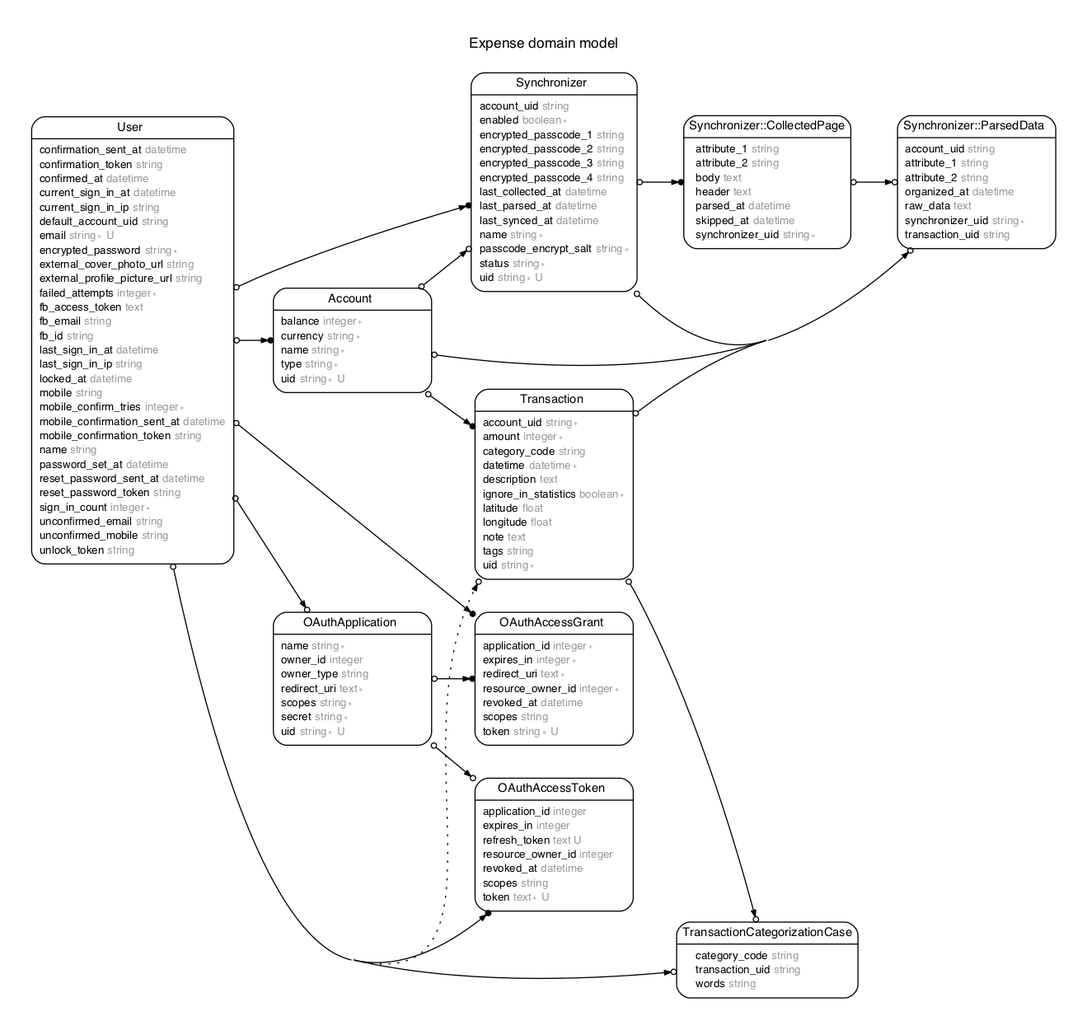
The Graphviz diagram erd.png in expenture/Expense, before a commit. Its source is kept beside it as erd.dot.
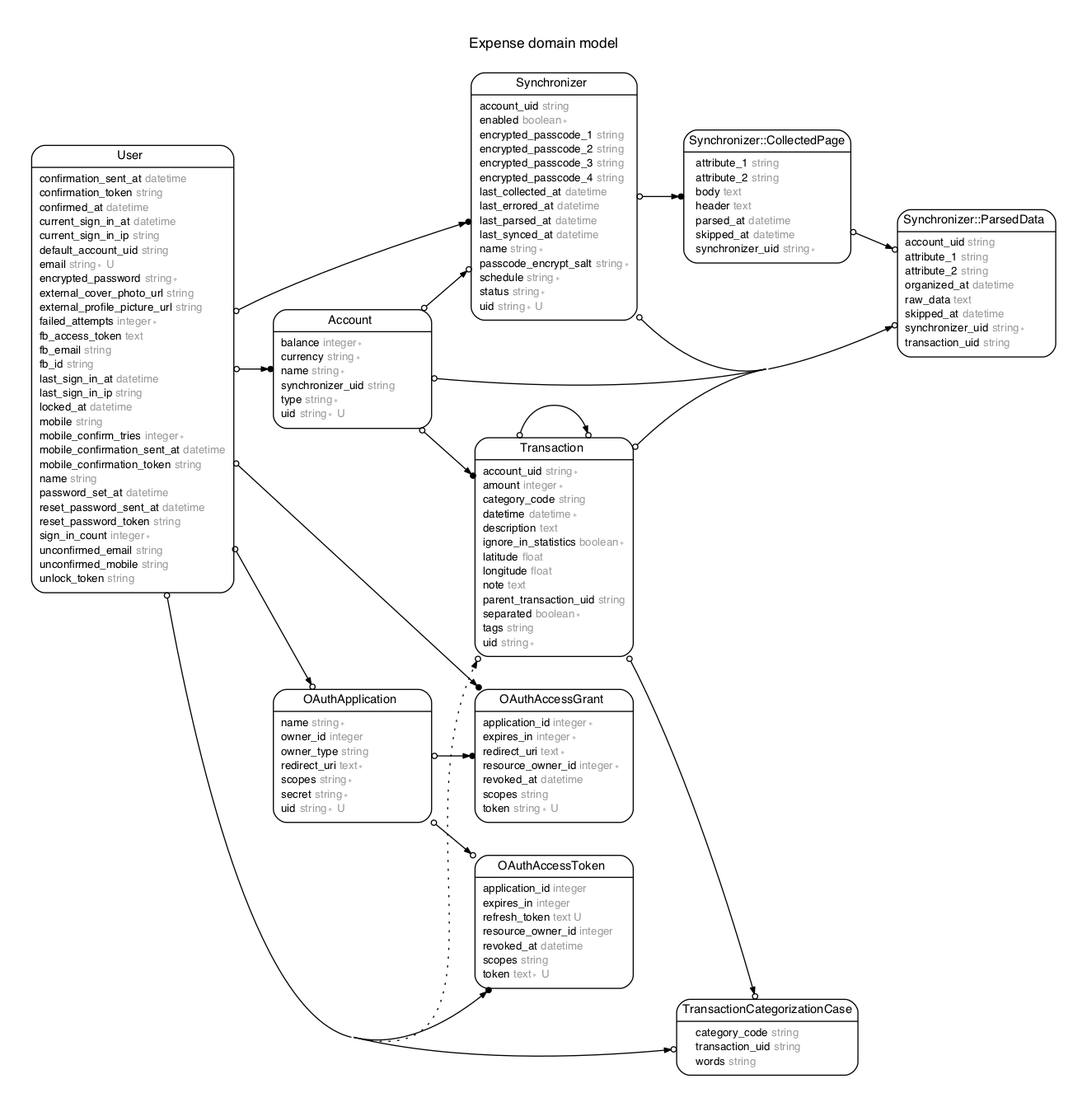
The same diagram one commit later.

The edit, as a diff of the source:
```diff
@@ -19,6 +19,7 @@
   <tr><td align="left" width="130" port="balance">balance <font face="Arial ItalicMT" color="grey60">integer ∗</font></td></tr>
   <tr><td align="left" width="130" port="currency">currency <font face="Arial ItalicMT" color="grey60">string ∗</font></td></tr>
   <tr><td align="left" width="130" port="name">name <font face="Arial ItalicMT" color="grey60">string ∗</font></td></tr>
+  <tr><td align="left" width="130" port="synchronizer_uid">synchronizer_uid <font face="Arial ItalicMT" color="grey60">string</font></td></tr>
   <tr><td align="left" width="130" port="type">type <font face="Arial ItalicMT" color="grey60">string ∗</font></td></tr>
   <tr><td align="left" width="130" port="uid">uid <font face="Arial ItalicMT" color="grey60">string ∗ U</font></td></tr>
 </table>
@@ -77,10 +78,12 @@
   <tr><td align="left" width="130" port="encrypted_passcode_3">encrypted_passcode_3 <font face="Arial ItalicMT" color="grey60">string</font></td></tr>
   <tr><td align="left" width="130" port="encrypted_passcode_4">encrypted_passcode_4 <font face="Arial ItalicMT" color="grey60">string</font></td></tr>
   <tr><td align="left" width="130" port="last_collected_at">last_collected_at <font face="Arial ItalicMT" color="grey60">datetime</font></td></tr>
+  <tr><td align="left" width="130" port="last_errored_at">last_errored_at <font face="Arial ItalicMT" color="grey60">datetime</font></td></tr>
   <tr><td align="left" width="130" port="last_parsed_at">last_parsed_at <font face="Arial ItalicMT" color="grey60">datetime</font></td></tr>
   <tr><td align="left" width="130" port="last_synced_at">last_synced_at <font face="Arial ItalicMT" color="grey60">datetime</font></td></tr>
   <tr><td align="left" width="130" port="name">name <font face="Arial ItalicMT" color="grey60">string ∗</font></td></tr>
   <tr><td align="left" width="130" port="passcode_encrypt_salt">passcode_encrypt_salt <font face="Arial ItalicMT" color="grey60">string ∗</font></td></tr>
+  <tr><td align="left" width="130" port="schedule">schedule <font face="Arial ItalicMT" color="grey60">string ∗</font></td></tr>
   <tr><td align="left" width="130" port="status">status <font face="Arial ItalicMT" color="grey60">string ∗</font></td></tr>
   <tr><td align="left" width="130" port="uid">uid <font face="Arial ItalicMT" color="grey60">string ∗ U</font></td></tr>
 </table>
@@ -109,6 +112,7 @@
   <tr><td align="left" width="130" port="attribute_2">attribute_2 <font face="Arial ItalicMT" color="grey60">string</font></td></tr>
   <tr><td align="left" width="130" port="organized_at">organized_at <font face="Arial ItalicMT" color="grey60">datetime</font></td></tr>
   <tr><td align="left" width="130" port="raw_data">raw_data <font face="Arial ItalicMT" color="grey60">text</font></td></tr>
+  <tr><td align="left" width="130" port="skipped_at">skipped_at <font face="Arial ItalicMT" color="grey60">datetime</font></td></tr>
   <tr><td align="left" width="130" port="synchronizer_uid">synchronizer_uid <font face="Arial ItalicMT" color="grey60">string ∗</font></td></tr>
   <tr><td align="left" width="130" port="transaction_uid">transaction_uid <font face="Arial ItalicMT" color="grey60">string</font></td></tr>
 </table>
@@ -127,6 +131,8 @@
   <tr><td align="left" width="130" port="latitude">latitude <font face="Arial ItalicMT" color="grey60">float</font></td></tr>
   <tr><td align="left" width="130" port="longitude">longitude <font face="Arial ItalicMT" color="grey60">float</font></td></tr>
   <tr><td align="left" width="130" port="note">note <font face="Arial ItalicMT" color="grey60">text</font></td></tr>
+  <tr><td align="left" width="130" port="parent_transaction_uid">parent_transaction_uid <font face="Arial ItalicMT" color="grey60">string</font></td></tr>
+  <tr><td align="left" width="130" port="separated">separated <font face="Arial ItalicMT" color="grey60">boolean ∗</font></td></tr>
   <tr><td align="left" width="130" port="tags">tags <font face="Arial ItalicMT" color="grey60">string</font></td></tr>
   <tr><td align="left" width="130" port="uid">uid <font face="Arial ItalicMT" color="grey60">string ∗</font></td></tr>
 </table>
@@ -182,16 +188,17 @@
   m_User -> m_OAuthAccessToken [arrowsize = "0.6", arrowhead = "dotnormal", arrowtail = "odot", weight = "1"];
   m_OAuthApplication -> m_OAuthAccessToken [arrowsize = "0.6", arrowhead = "odotnormal", arrowtail = "odot", weight = "2"];
   m_User -> m_OAuthApplication [arrowsize = "0.6", arrowhead = "odotnormal", arrowtail = "odot", weight = "1"];
-  m_User -> m_Account [arrowsize = "0.6", arrowhead = "dotnormal", arrowtail = "odot", weight = "2"];
+  m_User -> m_Synchronizer [arrowsize = "0.6", arrowhead = "dotnormal", arrowtail = "odot", weight = "4"];
+  m_Account -> m_Synchronizer [arrowsize = "0.6", arrowhead = "odotnormal", arrowtail = "odot", weight = "3"];
+  m_Synchronizer -> "m_Synchronizer::CollectedPage" [arrowsize = "0.6", arrowhead = "dotnormal", arrowtail = "odot", weight = "4"];
+  m_Synchronizer -> "m_Synchronizer::ParsedData" [arrowsize = "0.6", arrowhead = "dotnormal", arrowtail = "odot", weight = "4"];
+  m_User -> m_Account [arrowsize = "0.6", arrowhead = "dotnormal", arrowtail = "odot", weight = "3"];
   m_User -> m_Transaction [style = "dotted", arrowsize = "0.6", arrowhead = "odotnormal", arrowtail = "odot", weight = "1", constraint = "false"];
   m_User -> m_TransactionCategorizationCase [arrowsize = "0.6", arrowhead = "odotnormal", arrowtail = "odot", weight = "2"];
-  m_User -> m_Synchronizer [arrowsize = "0.6", arrowhead = "dotnormal", arrowtail = "odot", weight = "3"];
-  m_Account -> m_Transaction [arrowsize = "0.6", arrowhead = "dotnormal", arrowtail = "odot", weight = "2"];
-  m_Account -> "m_Synchronizer::ParsedData" [arrowsize = "0.6", arrowhead = "odotnormal", arrowtail = "odot", weight = "2"];
-  m_Account -> m_Synchronizer [arrowsize = "0.6", arrowhead = "odotnormal", arrowtail = "odot", weight = "2"];
-  m_Synchronizer -> "m_Synchronizer::CollectedPage" [arrowsize = "0.6", arrowhead = "dotnormal", arrowtail = "odot", weight = "3"];
-  m_Synchronizer -> "m_Synchronizer::ParsedData" [arrowsize = "0.6", arrowhead = "dotnormal", arrowtail = "odot", weight = "3"];
+  m_Account -> m_Transaction [arrowsize = "0.6", arrowhead = "dotnormal", arrowtail = "odot", weight = "4"];
+  m_Account -> "m_Synchronizer::ParsedData" [arrowsize = "0.6", arrowhead = "odotnormal", arrowtail = "odot", weight = "3"];
+  m_Transaction -> "m_Synchronizer::ParsedData" [arrowsize = "0.6", arrowhead = "odotnormal", arrowtail = "odot", weight = "2"];
+  m_Transaction -> m_Transaction [arrowsize = "0.6", arrowhead = "odotnormal", arrowtail = "odot", weight = "4"];
   "m_Synchronizer::CollectedPage" -> "m_Synchronizer::ParsedData" [arrowsize = "0.6", arrowhead = "odotnormal", arrowtail = "odot", weight = "2"];
-  m_Transaction -> "m_Synchronizer::ParsedData" [arrowsize = "0.6", arrowhead = "odotnormal", arrowtail = "odot", weight = "1"];
   m_Transaction -> m_TransactionCategorizationCase [arrowsize = "0.6", arrowhead = "odotnormal", arrowtail = "odot", weight = "1"];
 }
```
